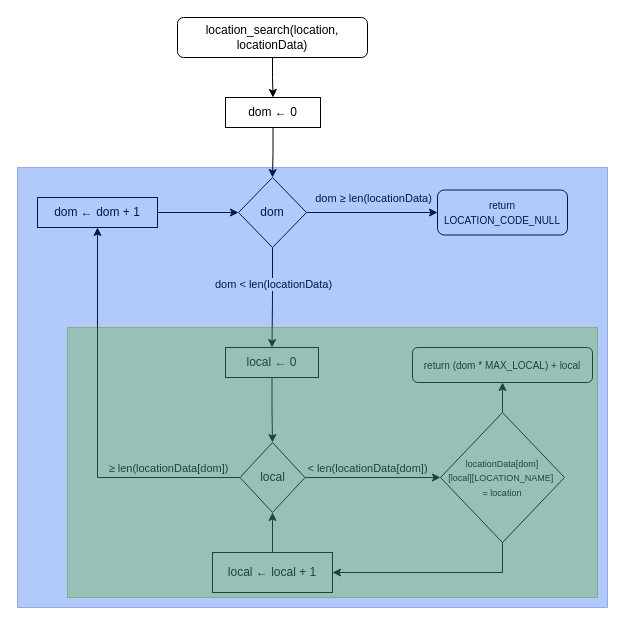
This is Computational Thinking/TB Kelompok/Flowchart/location_search().drawio from LuthfiSyahputra/College, a draw.io file, before an edit. Source tidied: cells renumbered, new cells numbered last; positions are measured from the earlier drawing's top-left corner, leaving out a move shared by most shapes. Both pictures are drawn from the tidied source at 100%, with x=0, y=0 at pixel (17, 17).
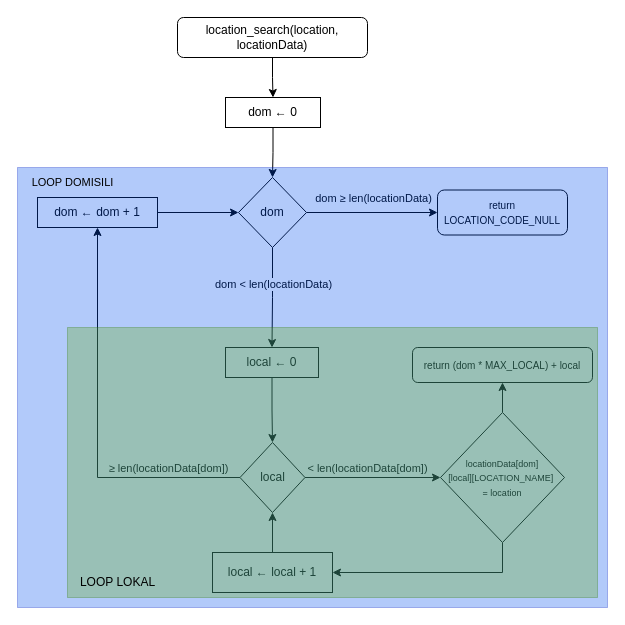
The same diagram, later.

Change to the diagram source:
```diff
@@
+    <mxCell id="29" value="&lt;font style=&quot;font-size: 11px;&quot;&gt;LOOP DOMISILI&lt;/font&gt;" style="text;html=1;align=center;verticalAlign=middle;strokeColor=none;fillColor=none;" parent="1" vertex="1">
+      <mxGeometry y="150" width="110" height="30" as="geometry" />
+    </mxCell>
+    <mxCell id="30" value="LOOP LOKAL" style="text;html=1;align=center;verticalAlign=middle;strokeColor=none;fillColor=none;" parent="1" vertex="1">
+      <mxGeometry x="50" y="550" width="100" height="30" as="geometry" />
+    </mxCell>
```
